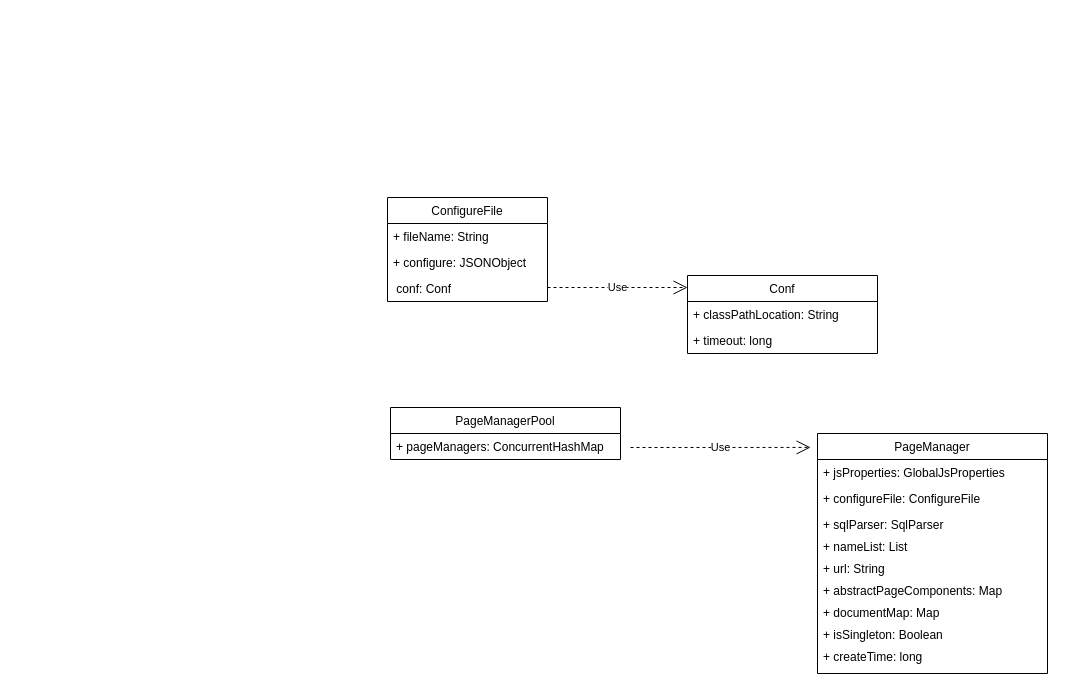
Before: 自定义配置系统架构.drawio in liuwei563142075/liuwei563142075.github.io, a draw.io diagram. Source tidied: cells renumbered, new cells numbered last; positions are measured from the earlier drawing's top-left corner, leaving out a move shared by most shapes. Both pictures are drawn from the tidied source at 100%, with x=0, y=0 at pixel (387, 197).
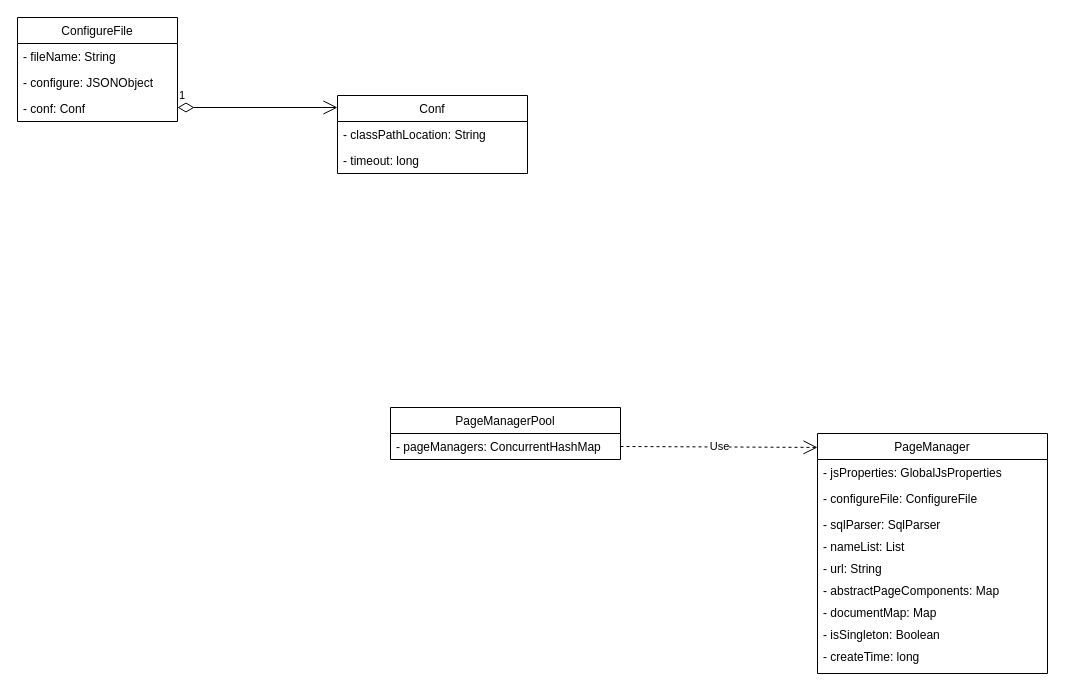
Above is the later version.

Commit message:
更新自定义配置系统架构.drawio

The change refers to these unchanged cells:
```xml
<mxCell id="10" value="PageManagerPool" style="swimlane;fontStyle=0;horizontal=1;startSize=26;fillColor=none;" parent="1" vertex="1">
  <mxGeometry x="3" y="210" width="230" height="52" as="geometry" />
</mxCell>
<mxCell id="12" value="PageManager" style="swimlane;fontStyle=0;horizontal=1;startSize=26;fillColor=none;" parent="1" vertex="1">
  <mxGeometry x="430" y="236" width="230" height="240" as="geometry" />
</mxCell>
```

What changed in the source:
```diff
@@
     <mxCell id="2" value="ConfigureFile" style="swimlane;fontStyle=0;horizontal=1;startSize=26;fillColor=none;" parent="1" vertex="1">
-      <mxGeometry width="160" height="104" as="geometry" />
+      <mxGeometry x="-370" y="-180" width="160" height="104" as="geometry" />
     </mxCell>
-    <mxCell id="3" value="+ fileName: String" style="text;strokeColor=none;fillColor=none;align=left;verticalAlign=top;spacingLeft=4;spacingRight=4;overflow=hidden;" parent="2" vertex="1">
+    <mxCell id="3" value="- fileName: String" style="text;strokeColor=none;fillColor=none;align=left;verticalAlign=top;spacingLeft=4;spacingRight=4;overflow=hidden;" parent="2" vertex="1">
       <mxGeometry y="26" width="160" height="26" as="geometry" />
     </mxCell>
-    <mxCell id="4" value="+ configure: JSONObject" style="text;strokeColor=none;fillColor=none;align=left;verticalAlign=top;spacingLeft=4;spacingRight=4;overflow=hidden;" parent="2" vertex="1">
+    <mxCell id="4" value="- configure: JSONObject" style="text;strokeColor=none;fillColor=none;align=left;verticalAlign=top;spacingLeft=4;spacingRight=4;overflow=hidden;" parent="2" vertex="1">
       <mxGeometry y="52" width="160" height="26" as="geometry" />
     </mxCell>
-    <mxCell id="5" value=" conf: Conf" style="text;strokeColor=none;fillColor=none;align=left;verticalAlign=top;spacingLeft=4;spacingRight=4;overflow=hidden;" parent="2" vertex="1">
+    <mxCell id="5" value="- conf: Conf" style="text;strokeColor=none;fillColor=none;align=left;verticalAlign=top;spacingLeft=4;spacingRight=4;overflow=hidden;" parent="2" vertex="1">
       <mxGeometry y="78" width="160" height="26" as="geometry" />
     </mxCell>
     <mxCell id="6" value="Conf" style="swimlane;fontStyle=0;horizontal=1;startSize=26;fillColor=none;" parent="1" vertex="1">
-      <mxGeometry x="300" y="78" width="190" height="78" as="geometry" />
+      <mxGeometry x="-50" y="-102" width="190" height="78" as="geometry" />
     </mxCell>
-    <mxCell id="7" value="+ classPathLocation: String" style="text;strokeColor=none;fillColor=none;align=left;verticalAlign=top;spacingLeft=4;spacingRight=4;overflow=hidden;" parent="6" vertex="1">
+    <mxCell id="7" value="- classPathLocation: String" style="text;strokeColor=none;fillColor=none;align=left;verticalAlign=top;spacingLeft=4;spacingRight=4;overflow=hidden;" parent="6" vertex="1">
       <mxGeometry y="26" width="190" height="26" as="geometry" />
     </mxCell>
-    <mxCell id="8" value="+ timeout: long" style="text;strokeColor=none;fillColor=none;align=left;verticalAlign=top;spacingLeft=4;spacingRight=4;overflow=hidden;" parent="6" vertex="1">
+    <mxCell id="8" value="- timeout: long" style="text;strokeColor=none;fillColor=none;align=left;verticalAlign=top;spacingLeft=4;spacingRight=4;overflow=hidden;" parent="6" vertex="1">
       <mxGeometry y="52" width="190" height="26" as="geometry" />
     </mxCell>
-    <mxCell id="9" value="Use" style="endArrow=open;endSize=12;dashed=1;html=1;" parent="1" edge="1">
-      <mxGeometry relative="1" as="geometry">
-        <mxPoint x="160" y="90" as="sourcePoint" />
-        <mxPoint x="300" y="90" as="targetPoint" />
-      </mxGeometry>
-    </mxCell>
@@
-    <mxCell id="11" value="+ pageManagers: ConcurrentHashMap" style="text;strokeColor=none;fillColor=none;align=left;verticalAlign=top;spacingLeft=4;spacingRight=4;overflow=hidden;points=[[0,0.5],[1,0.5]];portConstraint=eastwest;" parent="10" vertex="1">
+    <mxCell id="11" value="- pageManagers: ConcurrentHashMap" style="text;strokeColor=none;fillColor=none;align=left;verticalAlign=top;spacingLeft=4;spacingRight=4;overflow=hidden;points=[[0,0.5],[1,0.5]];portConstraint=eastwest;" parent="10" vertex="1">
       <mxGeometry y="26" width="230" height="26" as="geometry" />
     </mxCell>
@@
-    <mxCell id="13" value="+ jsProperties: GlobalJsProperties" style="text;strokeColor=none;fillColor=none;align=left;verticalAlign=top;spacingLeft=4;spacingRight=4;overflow=hidden;" parent="12" vertex="1">
+    <mxCell id="13" value="- jsProperties: GlobalJsProperties" style="text;strokeColor=none;fillColor=none;align=left;verticalAlign=top;spacingLeft=4;spacingRight=4;overflow=hidden;" parent="12" vertex="1">
       <mxGeometry y="26" width="230" height="26" as="geometry" />
     </mxCell>
-    <mxCell id="14" value="+ configureFile: ConfigureFile" style="text;strokeColor=none;fillColor=none;align=left;verticalAlign=top;spacingLeft=4;spacingRight=4;overflow=hidden;" parent="12" vertex="1">
+    <mxCell id="14" value="- configureFile: ConfigureFile" style="text;strokeColor=none;fillColor=none;align=left;verticalAlign=top;spacingLeft=4;spacingRight=4;overflow=hidden;" parent="12" vertex="1">
       <mxGeometry y="52" width="230" height="26" as="geometry" />
     </mxCell>
-    <mxCell id="15" value="+ sqlParser: SqlParser" style="text;strokeColor=none;fillColor=none;align=left;verticalAlign=top;spacingLeft=4;spacingRight=4;overflow=hidden;" parent="12" vertex="1">
+    <mxCell id="15" value="- sqlParser: SqlParser" style="text;strokeColor=none;fillColor=none;align=left;verticalAlign=top;spacingLeft=4;spacingRight=4;overflow=hidden;" parent="12" vertex="1">
       <mxGeometry y="78" width="230" height="22" as="geometry" />
     </mxCell>
-    <mxCell id="16" value="+ nameList: List" style="text;strokeColor=none;fillColor=none;align=left;verticalAlign=top;spacingLeft=4;spacingRight=4;overflow=hidden;" parent="12" vertex="1">
+    <mxCell id="16" value="- nameList: List" style="text;strokeColor=none;fillColor=none;align=left;verticalAlign=top;spacingLeft=4;spacingRight=4;overflow=hidden;" parent="12" vertex="1">
       <mxGeometry y="100" width="230" height="22" as="geometry" />
     </mxCell>
-    <mxCell id="17" value="+ url: String" style="text;strokeColor=none;fillColor=none;align=left;verticalAlign=top;spacingLeft=4;spacingRight=4;overflow=hidden;" parent="12" vertex="1">
+    <mxCell id="17" value="- url: String" style="text;strokeColor=none;fillColor=none;align=left;verticalAlign=top;spacingLeft=4;spacingRight=4;overflow=hidden;" parent="12" vertex="1">
       <mxGeometry y="122" width="230" height="22" as="geometry" />
     </mxCell>
-    <mxCell id="18" value="+ abstractPageComponents: Map" style="text;strokeColor=none;fillColor=none;align=left;verticalAlign=top;spacingLeft=4;spacingRight=4;overflow=hidden;" parent="12" vertex="1">
+    <mxCell id="18" value="- abstractPageComponents: Map" style="text;strokeColor=none;fillColor=none;align=left;verticalAlign=top;spacingLeft=4;spacingRight=4;overflow=hidden;" parent="12" vertex="1">
       <mxGeometry y="144" width="230" height="22" as="geometry" />
     </mxCell>
-    <mxCell id="19" value="+ documentMap: Map" style="text;strokeColor=none;fillColor=none;align=left;verticalAlign=top;spacingLeft=4;spacingRight=4;overflow=hidden;" parent="12" vertex="1">
+    <mxCell id="19" value="- documentMap: Map" style="text;strokeColor=none;fillColor=none;align=left;verticalAlign=top;spacingLeft=4;spacingRight=4;overflow=hidden;" parent="12" vertex="1">
       <mxGeometry y="166" width="230" height="22" as="geometry" />
     </mxCell>
-    <mxCell id="20" value="+ isSingleton: Boolean" style="text;strokeColor=none;fillColor=none;align=left;verticalAlign=top;spacingLeft=4;spacingRight=4;overflow=hidden;" parent="12" vertex="1">
+    <mxCell id="20" value="- isSingleton: Boolean" style="text;strokeColor=none;fillColor=none;align=left;verticalAlign=top;spacingLeft=4;spacingRight=4;overflow=hidden;" parent="12" vertex="1">
       <mxGeometry y="188" width="230" height="22" as="geometry" />
     </mxCell>
-    <mxCell id="21" value="+ createTime: long" style="text;strokeColor=none;fillColor=none;align=left;verticalAlign=top;spacingLeft=4;spacingRight=4;overflow=hidden;" parent="12" vertex="1">
+    <mxCell id="21" value="- createTime: long" style="text;strokeColor=none;fillColor=none;align=left;verticalAlign=top;spacingLeft=4;spacingRight=4;overflow=hidden;" parent="12" vertex="1">
       <mxGeometry y="210" width="230" height="30" as="geometry" />
     </mxCell>
-    <mxCell id="22" value="Use" style="endArrow=open;endSize=12;dashed=1;html=1;entryX=-0.03;entryY=0.058;entryDx=0;entryDy=0;entryPerimeter=0;" parent="1" edge="1" target="12">
-      <mxGeometry relative="1" as="geometry">
-        <mxPoint x="243" y="250" as="sourcePoint" />
-      </mxGeometry>
+    <mxCell id="22" value="Use" style="endArrow=open;endSize=12;dashed=1;html=1;entryX=0;entryY=0.058;entryDx=0;entryDy=0;entryPerimeter=0;exitX=1;exitY=0.5;exitDx=0;exitDy=0;" parent="1" edge="1" source="11" target="12">
+      <mxGeometry relative="1" as="geometry" />
     </mxCell>
+    <mxCell id="23" value="1" style="endArrow=open;html=1;endSize=12;startArrow=diamondThin;startSize=14;startFill=0;edgeStyle=orthogonalEdgeStyle;align=left;verticalAlign=bottom;" parent="1" edge="1">
+      <mxGeometry x="-1" y="3" relative="1" as="geometry">
+        <mxPoint x="-210" y="-90" as="sourcePoint" />
+        <mxPoint x="-50" y="-90" as="targetPoint" />
+      </mxGeometry>
+    </mxCell>
```
